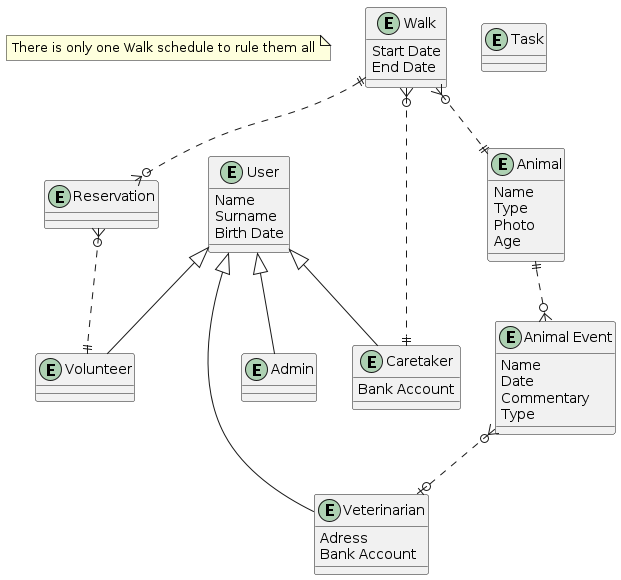
Kohuz/iis_utulek keeps this PlantUML diagram as docs/er.png. Above is the earlier version.
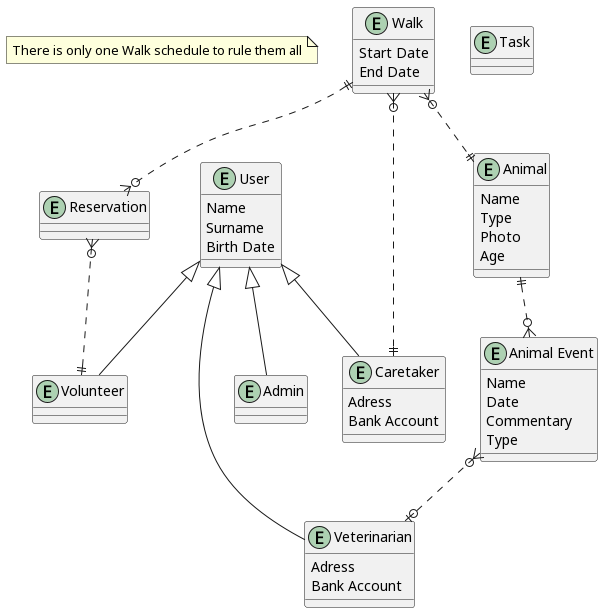
The same file after the commit.

Commit message:
docs: er: add Address to Caretaker

Diff of the diagram source:
```diff
@@ -55,6 +55,7 @@
 User <|-- Admin
 
 entity "Caretaker" {
+    Adress
     Bank Account
 }
 User <|-- Caretaker
```
